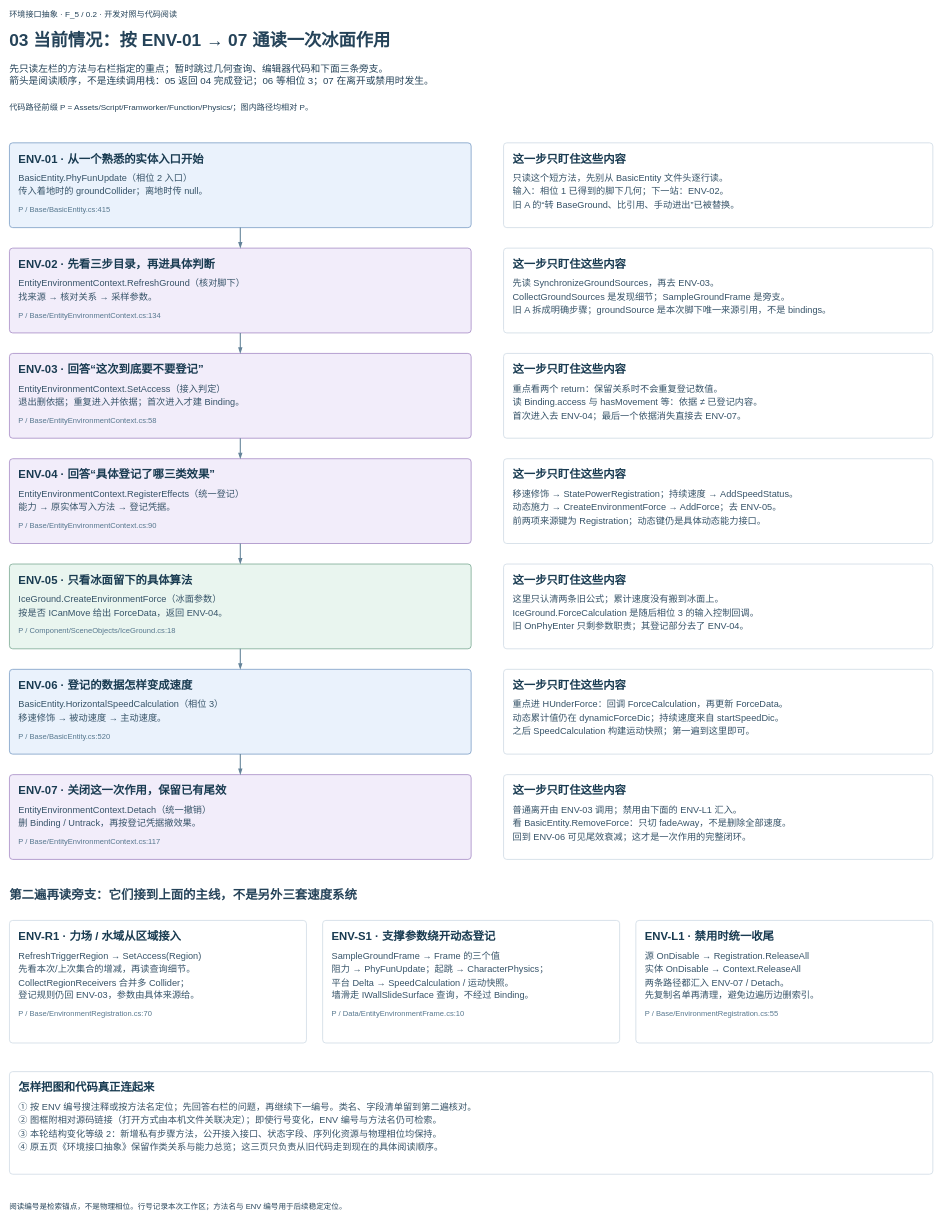
The draw.io diagram page "03 当前情况：按 ENV-01 → 07 通读一次冰面作用" (3 of 4) of Docs/环境接口抽象-开发对照.drawio in TaiTanw/New2DObject, before the edit. Source tidied: cells renumbered, new cells numbered last; positions are measured from the earlier drawing's top-left corner, leaving out a move shared by most shapes. Both pictures are drawn from the tidied source at 54%, with x=0, y=0 at pixel (9, 9).
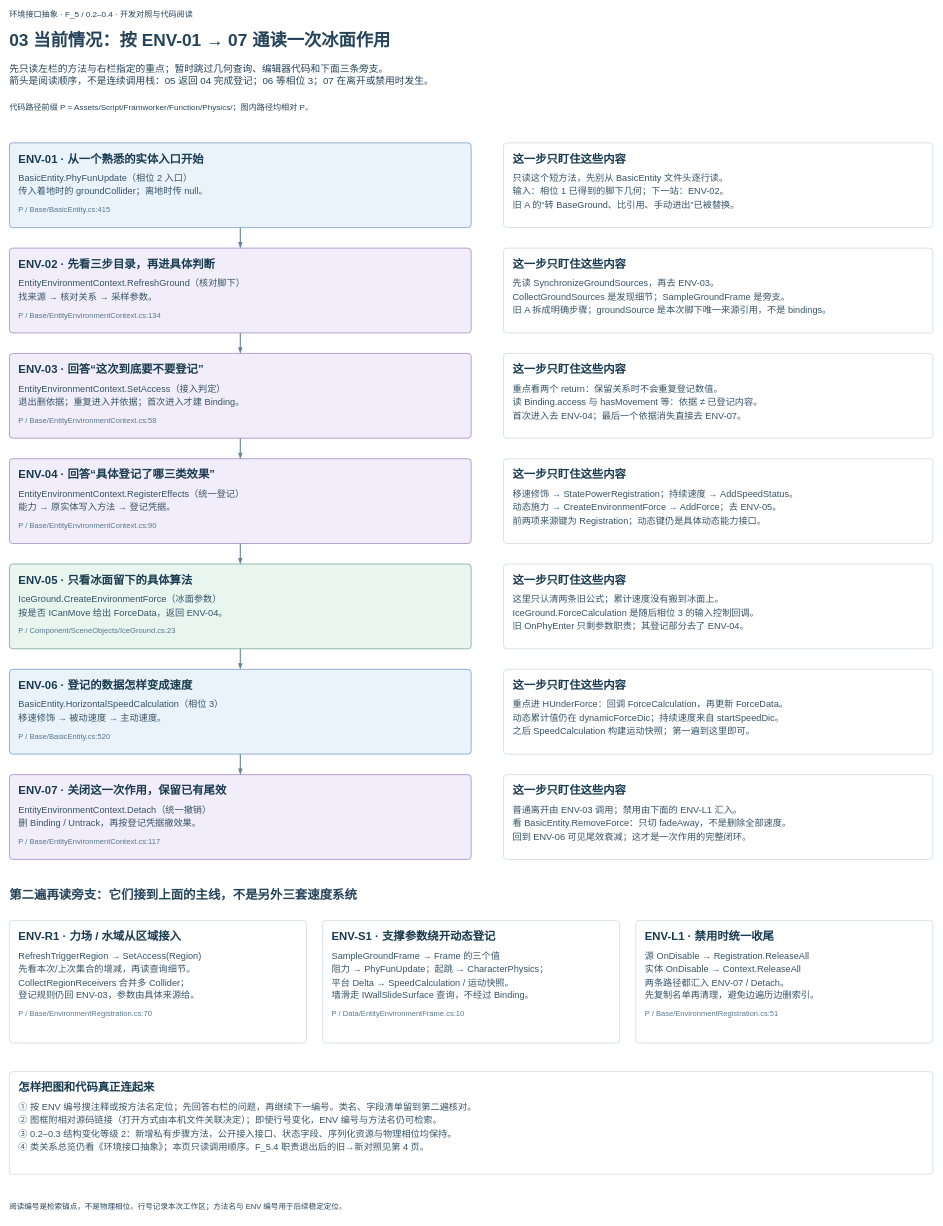
The same page after the edit.

Change to the diagram source:
```diff
@@
-    <mxCell id="2" value="环境接口抽象 · F_5 / 0.2 · 开发对照与代码阅读" style="text;html=1;whiteSpace=wrap;overflow=fill;spacing=0;align=left;verticalAlign=middle;fontFamily=Microsoft YaHei;fontSize=15;fontColor=#254359;fontStyle=0;strokeColor=none;fillColor=none;" parent="1" vertex="1">
+    <mxCell id="2" value="环境接口抽象 · F_5 / 0.2–0.4 · 开发对照与代码阅读" style="text;html=1;whiteSpace=wrap;overflow=fill;spacing=0;align=left;verticalAlign=middle;fontFamily=Microsoft YaHei;fontSize=15;fontColor=#254359;fontStyle=0;strokeColor=none;fillColor=none;" parent="1" vertex="1">
       <mxGeometry width="1700" height="26" as="geometry" />
     </mxCell>
@@
-    <mxCell id="18" value="&lt;div style=&quot;box-sizing:border-box;padding:15px 17px;width:100%;font-family:Microsoft YaHei;line-height:1.45;text-align:left;&quot;&gt;&lt;div style=&quot;font-size:21px;font-weight:bold;color:#193B51;&quot;&gt;ENV-05 · 只看冰面留下的具体算法&lt;/div&gt;&lt;div style=&quot;font-size:17px;color:#365368;margin-top:9px;&quot;&gt;IceGround.CreateEnvironmentForce（冰面参数）&lt;br&gt;按是否 ICanMove 给出 ForceData，返回 ENV-04。&lt;/div&gt;&lt;div style=&quot;font-size:14px;color:#56778E;margin-top:10px;&quot;&gt;P / Component/SceneObjects/IceGround.cs:18&lt;/div&gt;&lt;/div&gt;" style="rounded=1;absoluteArcSize=1;arcSize=12;whiteSpace=wrap;html=1;overflow=fill;align=left;verticalAlign=top;fillColor=#E9F5EF;strokeColor=#7DAB96;strokeWidth=1.5;dashed=0;dashPattern=8 5;" parent="1" vertex="1">
+    <mxCell id="18" value="&lt;div style=&quot;box-sizing:border-box;padding:15px 17px;width:100%;font-family:Microsoft YaHei;line-height:1.45;text-align:left;&quot;&gt;&lt;div style=&quot;font-size:21px;font-weight:bold;color:#193B51;&quot;&gt;ENV-05 · 只看冰面留下的具体算法&lt;/div&gt;&lt;div style=&quot;font-size:17px;color:#365368;margin-top:9px;&quot;&gt;IceGround.CreateEnvironmentForce（冰面参数）&lt;br&gt;按是否 ICanMove 给出 ForceData，返回 ENV-04。&lt;/div&gt;&lt;div style=&quot;font-size:14px;color:#56778E;margin-top:10px;&quot;&gt;P / Component/SceneObjects/IceGround.cs:23&lt;/div&gt;&lt;/div&gt;" style="rounded=1;absoluteArcSize=1;arcSize=12;whiteSpace=wrap;html=1;overflow=fill;align=left;verticalAlign=top;fillColor=#E9F5EF;strokeColor=#7DAB96;strokeWidth=1.5;dashed=0;dashPattern=8 5;" parent="1" vertex="1">
       <mxGeometry y="1027" width="855" height="157" as="geometry" />
     </mxCell>
@@
-    <mxCell id="30" value="&lt;div style=&quot;box-sizing:border-box;padding:15px 17px;width:100%;font-family:Microsoft YaHei;line-height:1.45;text-align:left;&quot;&gt;&lt;div style=&quot;font-size:21px;font-weight:bold;color:#193B51;&quot;&gt;ENV-L1 · 禁用时统一收尾&lt;/div&gt;&lt;div style=&quot;font-size:17px;color:#365368;margin-top:9px;&quot;&gt;源 OnDisable → Registration.ReleaseAll&lt;br&gt;实体 OnDisable → Context.ReleaseAll&lt;br&gt;两条路径都汇入 ENV-07 / Detach。&lt;br&gt;先复制名单再清理，避免边遍历边删索引。&lt;/div&gt;&lt;div style=&quot;font-size:14px;color:#56778E;margin-top:10px;&quot;&gt;P / Base/EnvironmentRegistration.cs:55&lt;/div&gt;&lt;/div&gt;" style="rounded=1;absoluteArcSize=1;arcSize=12;whiteSpace=wrap;html=1;overflow=fill;align=left;verticalAlign=top;fillColor=#FFFFFF;strokeColor=#D1DCE5;strokeWidth=1.5;dashed=0;dashPattern=8 5;" parent="1" vertex="1">
+    <mxCell id="30" value="&lt;div style=&quot;box-sizing:border-box;padding:15px 17px;width:100%;font-family:Microsoft YaHei;line-height:1.45;text-align:left;&quot;&gt;&lt;div style=&quot;font-size:21px;font-weight:bold;color:#193B51;&quot;&gt;ENV-L1 · 禁用时统一收尾&lt;/div&gt;&lt;div style=&quot;font-size:17px;color:#365368;margin-top:9px;&quot;&gt;源 OnDisable → Registration.ReleaseAll&lt;br&gt;实体 OnDisable → Context.ReleaseAll&lt;br&gt;两条路径都汇入 ENV-07 / Detach。&lt;br&gt;先复制名单再清理，避免边遍历边删索引。&lt;/div&gt;&lt;div style=&quot;font-size:14px;color:#56778E;margin-top:10px;&quot;&gt;P / Base/EnvironmentRegistration.cs:51&lt;/div&gt;&lt;/div&gt;" style="rounded=1;absoluteArcSize=1;arcSize=12;whiteSpace=wrap;html=1;overflow=fill;align=left;verticalAlign=top;fillColor=#FFFFFF;strokeColor=#D1DCE5;strokeWidth=1.5;dashed=0;dashPattern=8 5;" parent="1" vertex="1">
       <mxGeometry x="1160" y="1687" width="550" height="227" as="geometry" />
     </mxCell>
-    <mxCell id="31" value="&lt;div style=&quot;box-sizing:border-box;padding:15px 17px;width:100%;font-family:Microsoft YaHei;line-height:1.45;text-align:left;&quot;&gt;&lt;div style=&quot;font-size:21px;font-weight:bold;color:#193B51;&quot;&gt;怎样把图和代码真正连起来&lt;/div&gt;&lt;div style=&quot;font-size:17px;color:#365368;margin-top:9px;&quot;&gt;① 按 ENV 编号搜注释或按方法名定位；先回答右栏的问题，再继续下一编号。类名、字段清单留到第二遍核对。&lt;br&gt;② 图框附相对源码链接（打开方式由本机文件关联决定）；即使行号变化，ENV 编号与方法名仍可检索。&lt;br&gt;③ 本轮结构变化等级 2：新增私有步骤方法，公开接入接口、状态字段、序列化资源与物理相位均保持。&lt;br&gt;④ 原五页《环境接口抽象》保留作类关系与能力总览；这三页只负责从旧代码走到现在的具体阅读顺序。&lt;/div&gt;&lt;/div&gt;" style="rounded=1;absoluteArcSize=1;arcSize=12;whiteSpace=wrap;html=1;overflow=fill;align=left;verticalAlign=top;fillColor=#FFFFFF;strokeColor=#D1DCE5;strokeWidth=1.5;dashed=0;dashPattern=8 5;" parent="1" vertex="1">
+    <mxCell id="31" value="&lt;div style=&quot;box-sizing:border-box;padding:15px 17px;width:100%;font-family:Microsoft YaHei;line-height:1.45;text-align:left;&quot;&gt;&lt;div style=&quot;font-size:21px;font-weight:bold;color:#193B51;&quot;&gt;怎样把图和代码真正连起来&lt;/div&gt;&lt;div style=&quot;font-size:17px;color:#365368;margin-top:9px;&quot;&gt;① 按 ENV 编号搜注释或按方法名定位；先回答右栏的问题，再继续下一编号。类名、字段清单留到第二遍核对。&lt;br&gt;② 图框附相对源码链接（打开方式由本机文件关联决定）；即使行号变化，ENV 编号与方法名仍可检索。&lt;br&gt;③ 0.2–0.3 结构变化等级 2：新增私有步骤方法，公开接入接口、状态字段、序列化资源与物理相位均保持。&lt;br&gt;④ 类关系总览仍看《环境接口抽象》；本页只读调用顺序。F_5.4 职责退出后的旧→新对照见第 4 页。&lt;/div&gt;&lt;/div&gt;" style="rounded=1;absoluteArcSize=1;arcSize=12;whiteSpace=wrap;html=1;overflow=fill;align=left;verticalAlign=top;fillColor=#FFFFFF;strokeColor=#D1DCE5;strokeWidth=1.5;dashed=0;dashPattern=8 5;" parent="1" vertex="1">
       <mxGeometry y="1967" width="1710" height="190" as="geometry" />
     </mxCell>
```
